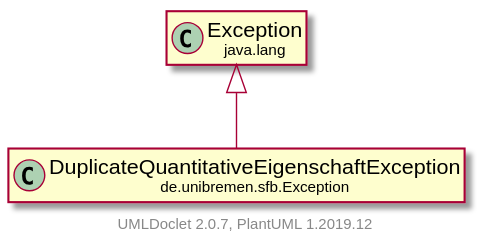
fkehlenb/softwareprojekt-2 keeps this PlantUML diagram as doc/UML/modulsichtSVG/DuplicateQuantitativeEigenschaftException.svg. Above is the earlier version.
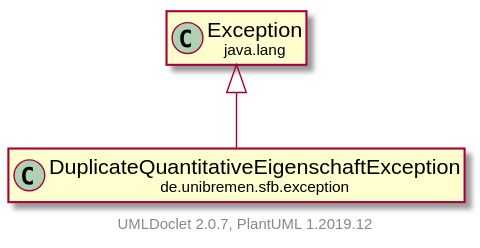
After the commit.

The edit, as a diff of the source:
```diff
@@ -3,11 +3,11 @@
     hide empty fields
     hide empty methods
 
-    class "<size:14>DuplicateQuantitativeEigenschaftException\n<size:10>de.unibremen.sfb.Exception" as de.unibremen.sfb.Exception.DuplicateQuantitativeEigenschaftException [[DuplicateQuantitativeEigenschaftException.html]]
+    class "<size:14>DuplicateQuantitativeEigenschaftException\n<size:10>de.unibremen.sfb.exception" as de.unibremen.sfb.exception.DuplicateQuantitativeEigenschaftException [[DuplicateQuantitativeEigenschaftException.html]]
 
-    class "<size:14>Exception\n<size:10>java.lang" as java.lang.Exception [[https://docs.oracle.com/en/java/javase/11/docs/api/java.base/java/lang/Exception.html?is-external=true]]
+    class "<size:14>exception\n<size:10>java.lang" as java.lang.exception [[https://docs.oracle.com/en/java/javase/11/docs/api/java.base/java/lang/Exception.html?is-external=true]]
 
-    java.lang.Exception <|-- de.unibremen.sfb.Exception.DuplicateQuantitativeEigenschaftException
+    java.lang.exception <|-- de.unibremen.sfb.exception.DuplicateQuantitativeEigenschaftException
 
     center footer UMLDoclet 2.0.7, PlantUML 1.2019.12
 @enduml
```
